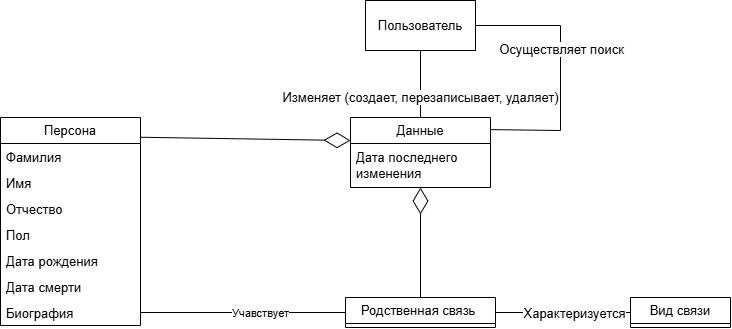
Above: vic/диагрмма_понятий.png in Danil-Kolosov/HellCourse (draw.io), before the change. Source tidied: cells renumbered, new cells last; positions are measured from the earlier drawing's top-left corner, leaving out a move shared by most shapes. Its diagram source:
```xml
<mxGraphModel>
  <root>
    <mxCell id="0" />
    <mxCell id="1" parent="0" />
    <mxCell id="2" value="Персона" style="swimlane;fontStyle=0;horizontal=1;startSize=26;fillColor=none;whiteSpace=wrap;html=1;fontSize=13;" parent="1" vertex="1">
      <mxGeometry y="117" width="140" height="208" as="geometry" />
    </mxCell>
    <mxCell id="3" value="Фамилия" style="text;strokeColor=none;fillColor=none;align=left;verticalAlign=top;spacingLeft=4;spacingRight=4;overflow=hidden;whiteSpace=wrap;html=1;fontSize=13;" parent="2" vertex="1">
      <mxGeometry y="26" width="140" height="26" as="geometry" />
    </mxCell>
    <mxCell id="4" value="Имя" style="text;strokeColor=none;fillColor=none;align=left;verticalAlign=top;spacingLeft=4;spacingRight=4;overflow=hidden;whiteSpace=wrap;html=1;fontSize=13;" parent="2" vertex="1">
      <mxGeometry y="52" width="140" height="26" as="geometry" />
    </mxCell>
    <mxCell id="5" value="Отчество" style="text;strokeColor=none;fillColor=none;align=left;verticalAlign=top;spacingLeft=4;spacingRight=4;overflow=hidden;whiteSpace=wrap;html=1;fontSize=13;" parent="2" vertex="1">
      <mxGeometry y="78" width="140" height="26" as="geometry" />
    </mxCell>
    <mxCell id="6" value="Пол" style="text;strokeColor=none;fillColor=none;align=left;verticalAlign=top;spacingLeft=4;spacingRight=4;overflow=hidden;whiteSpace=wrap;html=1;fontSize=13;" parent="2" vertex="1">
      <mxGeometry y="104" width="140" height="26" as="geometry" />
    </mxCell>
    <mxCell id="7" value="Дата рождения" style="text;strokeColor=none;fillColor=none;align=left;verticalAlign=top;spacingLeft=4;spacingRight=4;overflow=hidden;whiteSpace=wrap;html=1;fontSize=13;" parent="2" vertex="1">
      <mxGeometry y="130" width="140" height="26" as="geometry" />
    </mxCell>
    <mxCell id="8" value="Дата смерти" style="text;strokeColor=none;fillColor=none;align=left;verticalAlign=top;spacingLeft=4;spacingRight=4;overflow=hidden;whiteSpace=wrap;html=1;fontSize=13;" parent="2" vertex="1">
      <mxGeometry y="156" width="140" height="26" as="geometry" />
    </mxCell>
    <mxCell id="9" value="Биография" style="text;strokeColor=none;fillColor=none;align=left;verticalAlign=top;spacingLeft=4;spacingRight=4;overflow=hidden;points=[[0,0.5],[1,0.5]];portConstraint=eastwest;whiteSpace=wrap;html=1;fontSize=13;" parent="2" vertex="1">
      <mxGeometry y="182" width="140" height="26" as="geometry" />
    </mxCell>
    <mxCell id="10" value="Родственная связь&amp;nbsp;" style="swimlane;fontStyle=0;horizontal=1;startSize=26;fillColor=none;whiteSpace=wrap;html=1;fontSize=13;" parent="1" vertex="1" collapsed="1">
      <mxGeometry x="345" y="297" width="150" height="30" as="geometry" />
    </mxCell>
    <mxCell id="11" value="Пользователь" style="html=1;whiteSpace=wrap;fontSize=13;" parent="1" vertex="1">
      <mxGeometry x="365" width="110" height="50" as="geometry" />
    </mxCell>
    <mxCell id="12" style="endArrow=none;endFill=0;endSize=24;html=1;rounded=0;startFill=0;entryX=0.5;entryY=1;entryDx=0;entryDy=0;exitX=0.5;exitY=0;exitDx=0;exitDy=0;" parent="1" edge="1" source="14" target="11">
      <mxGeometry relative="1" as="geometry" />
    </mxCell>
    <mxCell id="13" value="Изменяет (создает, перезаписывает, удаляет)" style="edgeLabel;html=1;align=center;verticalAlign=middle;fontSize=13;" parent="12" vertex="1">
      <mxGeometry x="0.16" y="-1" relative="1" as="geometry">
        <mxPoint x="-1" y="19" as="offset" />
      </mxGeometry>
    </mxCell>
    <mxCell id="14" value="Данные" style="swimlane;fontStyle=0;horizontal=1;startSize=26;fillColor=none;whiteSpace=wrap;html=1;fontSize=13;" parent="1" vertex="1">
      <mxGeometry x="350" y="117" width="140" height="70" as="geometry" />
    </mxCell>
    <mxCell id="15" value="Дата последнего изменения" style="text;strokeColor=none;fillColor=none;align=left;verticalAlign=top;spacingLeft=4;spacingRight=4;overflow=hidden;whiteSpace=wrap;html=1;fontSize=13;" parent="14" vertex="1">
      <mxGeometry y="26" width="140" height="44" as="geometry" />
    </mxCell>
    <mxCell id="16" style="endArrow=diamondThin;endFill=0;endSize=24;html=1;rounded=0;entryX=0.993;entryY=-0.038;entryDx=0;entryDy=0;entryPerimeter=0;exitX=0;exitY=0.5;exitDx=0;exitDy=0;" parent="1" edge="1" source="x" target="x">
      <mxGeometry relative="1" as="geometry" />
    </mxCell>
    <mxCell id="17" style="endArrow=diamondThin;endFill=0;endSize=24;html=1;rounded=0;exitX=1.005;exitY=0.095;exitDx=0;exitDy=0;exitPerimeter=0;entryX=0;entryY=0.329;entryDx=0;entryDy=0;entryPerimeter=0;" parent="1" edge="1" source="2" target="14">
      <mxGeometry relative="1" as="geometry" />
    </mxCell>
    <mxCell id="18" style="endArrow=none;endFill=0;endSize=24;html=1;rounded=0;startFill=0;entryX=0;entryY=0.5;entryDx=0;entryDy=0;exitX=1;exitY=0.5;exitDx=0;exitDy=0;" parent="1" edge="1" source="9" target="10">
      <mxGeometry relative="1" as="geometry" />
    </mxCell>
    <mxCell id="19" value="Учавствует" style="edgeLabel;html=1;align=center;verticalAlign=middle;" parent="18" vertex="1">
      <mxGeometry x="0.16" y="-1" relative="1" as="geometry" />
    </mxCell>
    <mxCell id="20" style="endArrow=diamondThin;endFill=0;endSize=24;html=1;rounded=0;exitX=0.5;exitY=0;exitDx=0;exitDy=0;entryX=0.501;entryY=0.983;entryDx=0;entryDy=0;entryPerimeter=0;" parent="1" edge="1" source="10" target="x">
      <mxGeometry relative="1" as="geometry" />
    </mxCell>
    <mxCell id="21" value="Вид связи" style="swimlane;fontStyle=0;horizontal=1;startSize=26;fillColor=none;whiteSpace=wrap;html=1;fontSize=13;" parent="1" vertex="1" collapsed="1">
      <mxGeometry x="630" y="297" width="100" height="30" as="geometry" />
    </mxCell>
    <mxCell id="22" style="endArrow=none;endFill=0;endSize=24;html=1;rounded=0;startFill=0;entryX=0;entryY=0.5;entryDx=0;entryDy=0;exitX=1;exitY=0.5;exitDx=0;exitDy=0;" parent="1" edge="1" source="10" target="21">
      <mxGeometry relative="1" as="geometry" />
    </mxCell>
    <mxCell id="23" value="Характеризуется" style="edgeLabel;html=1;align=center;verticalAlign=middle;fontSize=13;" parent="22" vertex="1">
      <mxGeometry x="0.16" y="-1" relative="1" as="geometry" />
    </mxCell>
    <mxCell id="24" style="endArrow=diamondThin;endFill=0;endSize=24;html=1;rounded=0;exitX=0.5;exitY=0;exitDx=0;exitDy=0;entryX=0.5;entryY=1;entryDx=0;entryDy=0;" parent="1" edge="1" source="10" target="14">
      <mxGeometry relative="1" as="geometry" />
    </mxCell>
    <mxCell id="25" style="endArrow=none;endFill=0;endSize=24;html=1;rounded=0;startFill=0;entryX=1;entryY=0.5;entryDx=0;entryDy=0;exitX=1.002;exitY=0.173;exitDx=0;exitDy=0;exitPerimeter=0;" parent="1" edge="1" source="14" target="11">
      <mxGeometry relative="1" as="geometry">
        <Array as="points">
          <mxPoint x="560" y="130" />
          <mxPoint x="560" y="25" />
        </Array>
      </mxGeometry>
    </mxCell>
    <mxCell id="26" value="Осуществляет поиск" style="edgeLabel;html=1;align=center;verticalAlign=middle;fontSize=13;" parent="25" vertex="1">
      <mxGeometry x="0.16" y="-1" relative="1" as="geometry" />
    </mxCell>
  </root>
</mxGraphModel>
```
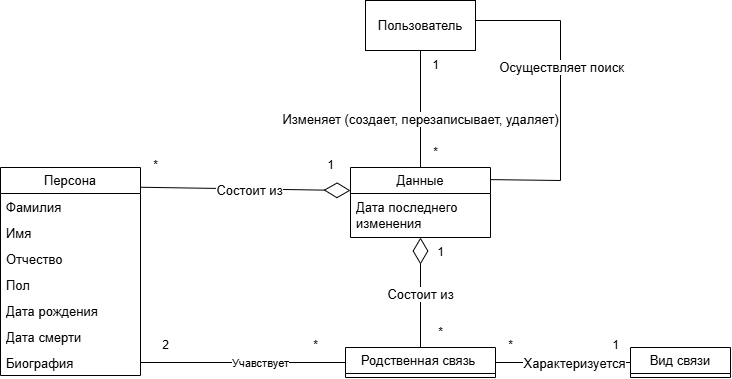
Above is the later version.

What changed in the source:
```diff
@@ -30,7 +30,7 @@
       <mxGeometry x="345" y="297" width="150" height="30" as="geometry" />
     </mxCell>
     <mxCell id="11" value="Пользователь" style="html=1;whiteSpace=wrap;fontSize=13;" parent="1" vertex="1">
-      <mxGeometry x="365" width="110" height="50" as="geometry" />
+      <mxGeometry x="365" y="-50" width="110" height="50" as="geometry" />
     </mxCell>
     <mxCell id="12" style="endArrow=none;endFill=0;endSize=24;html=1;rounded=0;startFill=0;entryX=0.5;entryY=1;entryDx=0;entryDy=0;exitX=0.5;exitY=0;exitDx=0;exitDy=0;" parent="1" edge="1" source="14" target="11">
       <mxGeometry relative="1" as="geometry" />
@@ -52,6 +52,9 @@
     <mxCell id="17" style="endArrow=diamondThin;endFill=0;endSize=24;html=1;rounded=0;exitX=1.005;exitY=0.095;exitDx=0;exitDy=0;exitPerimeter=0;entryX=0;entryY=0.329;entryDx=0;entryDy=0;entryPerimeter=0;" parent="1" edge="1" source="2" target="14">
       <mxGeometry relative="1" as="geometry" />
     </mxCell>
+    <mxCell id="27" value="Состоит из" style="edgeLabel;html=1;align=center;verticalAlign=middle;fontSize=13;" parent="17" vertex="1">
+      <mxGeometry x="0.03" y="-1" relative="1" as="geometry" />
+    </mxCell>
     <mxCell id="18" style="endArrow=none;endFill=0;endSize=24;html=1;rounded=0;startFill=0;entryX=0;entryY=0.5;entryDx=0;entryDy=0;exitX=1;exitY=0.5;exitDx=0;exitDy=0;" parent="1" edge="1" source="9" target="10">
       <mxGeometry relative="1" as="geometry" />
     </mxCell>
@@ -73,16 +76,49 @@
     <mxCell id="24" style="endArrow=diamondThin;endFill=0;endSize=24;html=1;rounded=0;exitX=0.5;exitY=0;exitDx=0;exitDy=0;entryX=0.5;entryY=1;entryDx=0;entryDy=0;" parent="1" edge="1" source="10" target="14">
       <mxGeometry relative="1" as="geometry" />
     </mxCell>
+    <mxCell id="28" value="Состоит из" style="edgeLabel;html=1;align=center;verticalAlign=middle;fontSize=13;" parent="24" vertex="1">
+      <mxGeometry x="-0.02" relative="1" as="geometry" />
+    </mxCell>
-    <mxCell id="25" style="endArrow=none;endFill=0;endSize=24;html=1;rounded=0;startFill=0;entryX=1;entryY=0.5;entryDx=0;entryDy=0;exitX=1.002;exitY=0.173;exitDx=0;exitDy=0;exitPerimeter=0;" parent="1" edge="1" source="14" target="11">
+    <mxCell id="25" style="endArrow=none;endFill=0;endSize=24;html=1;rounded=0;startFill=0;entryX=1;entryY=0.4;entryDx=0;entryDy=0;exitX=1.002;exitY=0.173;exitDx=0;exitDy=0;exitPerimeter=0;entryPerimeter=0;" parent="1" edge="1" source="14" target="11">
       <mxGeometry relative="1" as="geometry">
         <Array as="points">
           <mxPoint x="560" y="130" />
-          <mxPoint x="560" y="25" />
+          <mxPoint x="560" y="-30" />
         </Array>
       </mxGeometry>
     </mxCell>
     <mxCell id="26" value="Осуществляет поиск" style="edgeLabel;html=1;align=center;verticalAlign=middle;fontSize=13;" parent="25" vertex="1">
       <mxGeometry x="0.16" y="-1" relative="1" as="geometry" />
     </mxCell>
+    <mxCell id="29" value="*" style="text;html=1;align=center;verticalAlign=middle;strokeColor=none;fillColor=none;" parent="1" vertex="1">
+      <mxGeometry x="495" y="280" width="30" height="30" as="geometry" />
+    </mxCell>
+    <mxCell id="30" value="1" style="text;html=1;align=center;verticalAlign=middle;strokeColor=none;fillColor=none;" parent="1" vertex="1">
+      <mxGeometry x="600" y="280" width="30" height="30" as="geometry" />
+    </mxCell>
+    <mxCell id="31" value="1" style="text;html=1;align=center;verticalAlign=middle;strokeColor=none;fillColor=none;" parent="1" vertex="1">
+      <mxGeometry x="420" width="30" height="30" as="geometry" />
+    </mxCell>
+    <mxCell id="32" value="*" style="text;html=1;align=center;verticalAlign=middle;strokeColor=none;fillColor=none;" parent="1" vertex="1">
+      <mxGeometry x="420" y="87" width="30" height="30" as="geometry" />
+    </mxCell>
+    <mxCell id="33" value="*" style="text;html=1;align=center;verticalAlign=middle;strokeColor=none;fillColor=none;" parent="1" vertex="1">
+      <mxGeometry x="140" y="100" width="30" height="30" as="geometry" />
+    </mxCell>
+    <mxCell id="34" value="*" style="text;html=1;align=center;verticalAlign=middle;strokeColor=none;fillColor=none;" parent="1" vertex="1">
+      <mxGeometry x="425" y="267" width="30" height="30" as="geometry" />
+    </mxCell>
+    <mxCell id="35" value="*" style="text;html=1;align=center;verticalAlign=middle;strokeColor=none;fillColor=none;" parent="1" vertex="1">
+      <mxGeometry x="300" y="280" width="30" height="30" as="geometry" />
+    </mxCell>
+    <mxCell id="36" value="2" style="text;html=1;align=center;verticalAlign=middle;strokeColor=none;fillColor=none;" parent="1" vertex="1">
+      <mxGeometry x="150" y="280" width="30" height="30" as="geometry" />
+    </mxCell>
+    <mxCell id="37" value="1" style="text;html=1;align=center;verticalAlign=middle;strokeColor=none;fillColor=none;" parent="1" vertex="1">
+      <mxGeometry x="315" y="100" width="30" height="30" as="geometry" />
+    </mxCell>
+    <mxCell id="38" value="1" style="text;html=1;align=center;verticalAlign=middle;strokeColor=none;fillColor=none;" parent="1" vertex="1">
+      <mxGeometry x="425" y="187" width="30" height="30" as="geometry" />
+    </mxCell>
   </root>
 </mxGraphModel>
```
